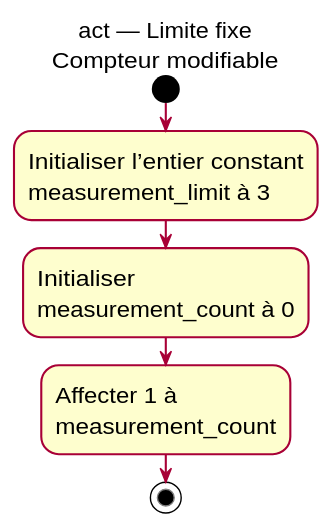
Above: public/diagrams/examples/constant-limit.svg in benoit-bremaud/cpp-learning-course (PlantUML), before the change.
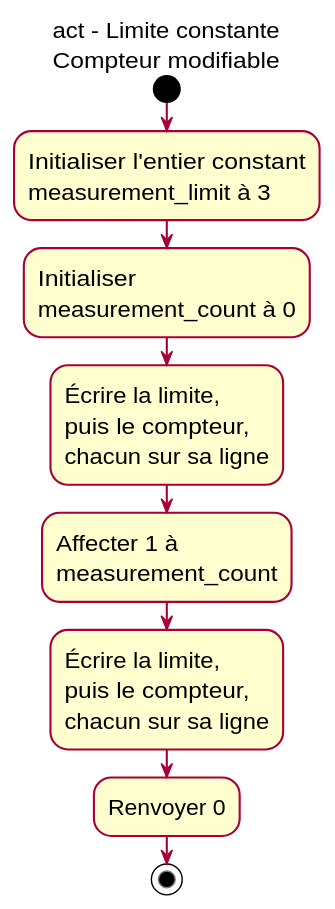
Above is the later version.

Change to the diagram source:
```diff
@@ -1,10 +1,13 @@
 @startuml
 skinparam defaultFontSize 16
 skinparam shadowing false
-title act — Limite fixe\nCompteur modifiable
+title act - Limite constante\nCompteur modifiable
 start
-:Initialiser l’entier constant\nmeasurement_limit à 3;
+:Initialiser l'entier constant\nmeasurement_limit à 3;
 :Initialiser\nmeasurement_count à 0;
+:Écrire la limite,\npuis le compteur,\nchacun sur sa ligne;
 :Affecter 1 à\nmeasurement_count;
+:Écrire la limite,\npuis le compteur,\nchacun sur sa ligne;
+:Renvoyer 0;
 stop
 @enduml
```
